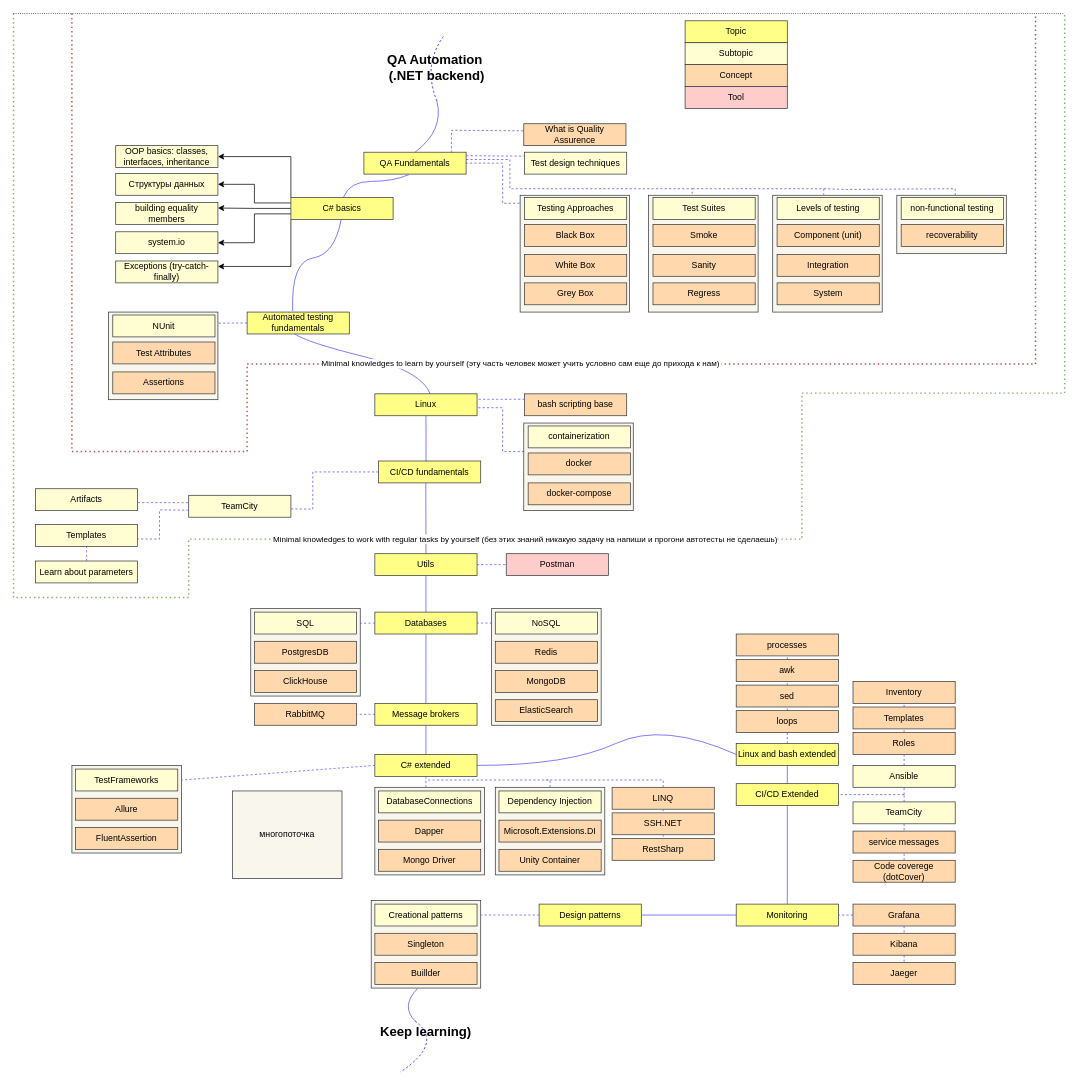
This is aqa_roadmap.drawio from mdgy/aqa-roadmap, a draw.io file, before an edit. Source tidied: cells renumbered, new cells numbered last; positions are measured from the earlier drawing's top-left corner, leaving out a move shared by most shapes. Both pictures are drawn from the tidied source at 73%, with x=0, y=0 at pixel (13, 13).
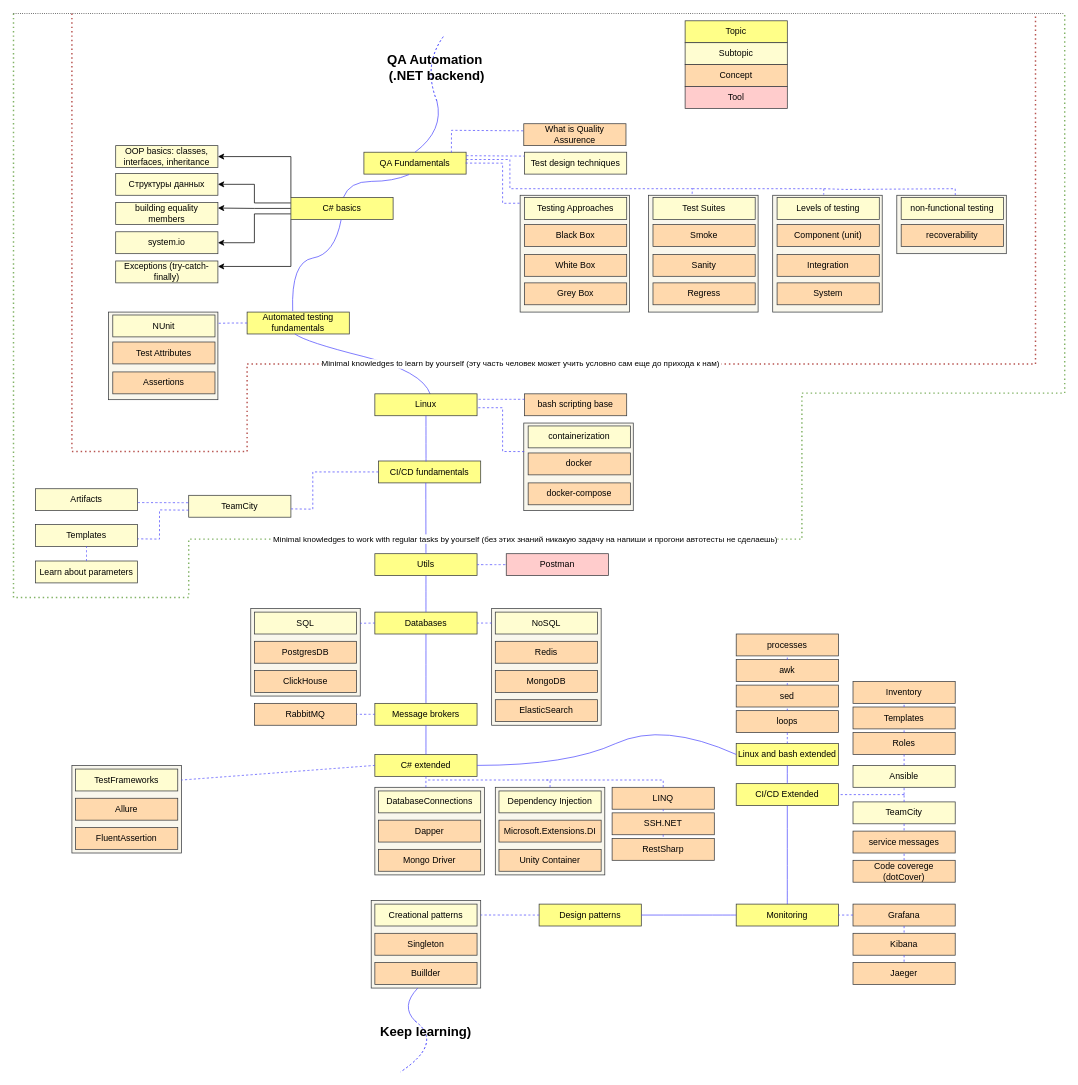
Above is the later version.

What changed in the source:
```diff
@@
-    <mxCell id="165" value="многопоточка" style="rounded=0;whiteSpace=wrap;html=1;fillColor=#f9f7ed;strokeColor=#36393d;" parent="1" vertex="1">
-      <mxGeometry x="300" y="1065" width="150" height="120" as="geometry" />
-    </mxCell>
```
